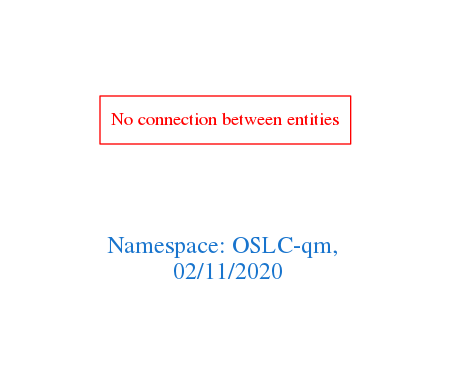
This is downloads/OSLC-qm.png from arago/OGIT, a Graphviz export, as it was before one commit. Its source is kept beside it as downloads/OSLC-qm.dot.
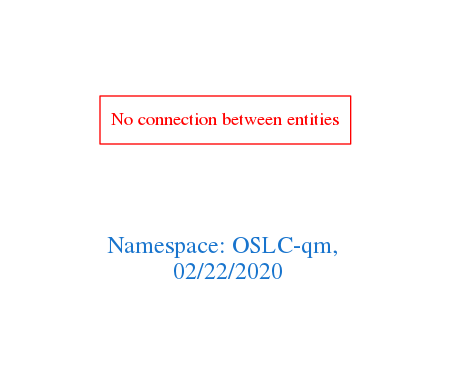
The same file after the commit.

Change to the diagram source:
```diff
@@ -1,7 +1,7 @@
 digraph OGIT_ontology {
  graph [ rankdir= LR,pad=1
 fontsize = 18,
-fontcolor= dodgerblue3,label = "\n\n\nNamespace: OSLC-qm, \n 02/11/2020"];
+fontcolor= dodgerblue3,label = "\n\n\nNamespace: OSLC-qm, \n 02/22/2020"];
 node[shape=polygon];
 edge [  color="gray81"];
 
```
